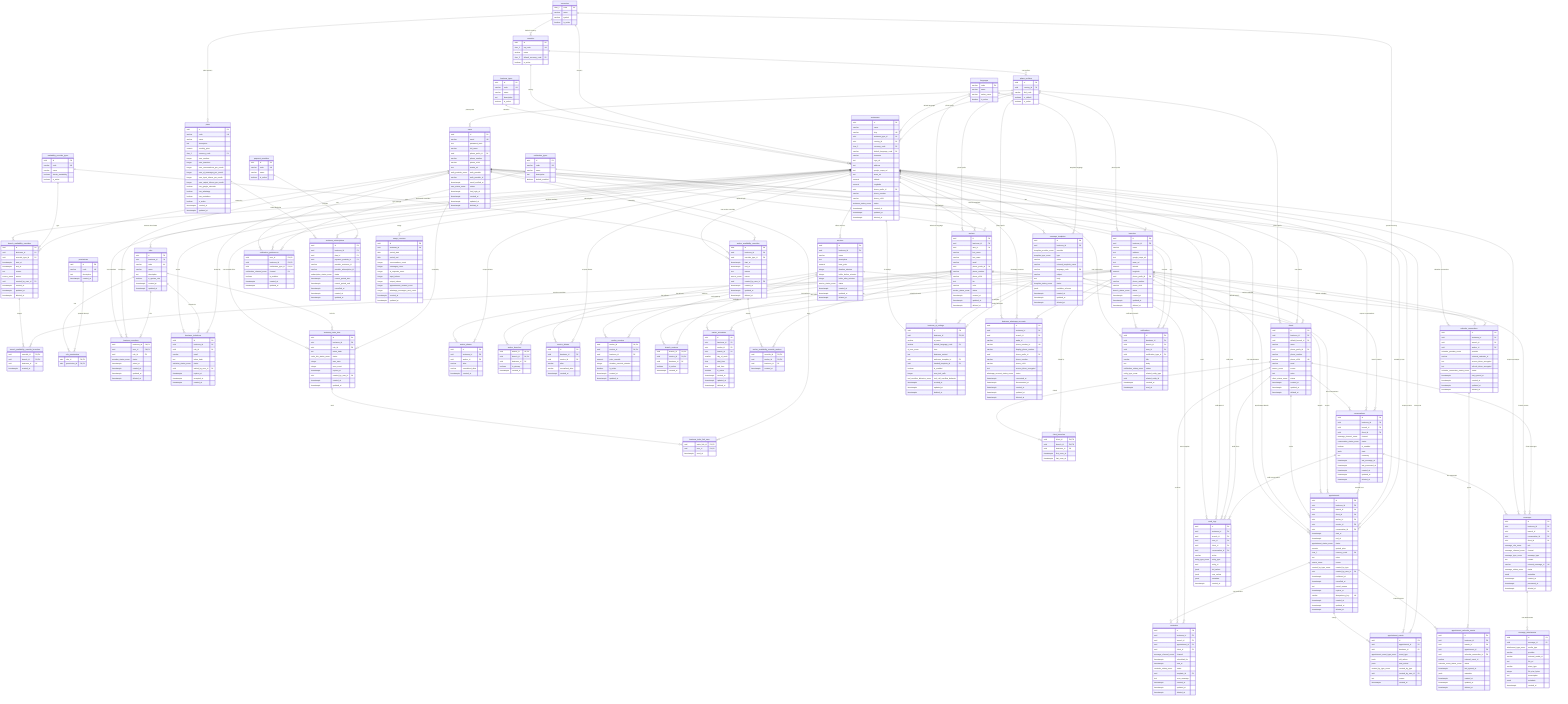
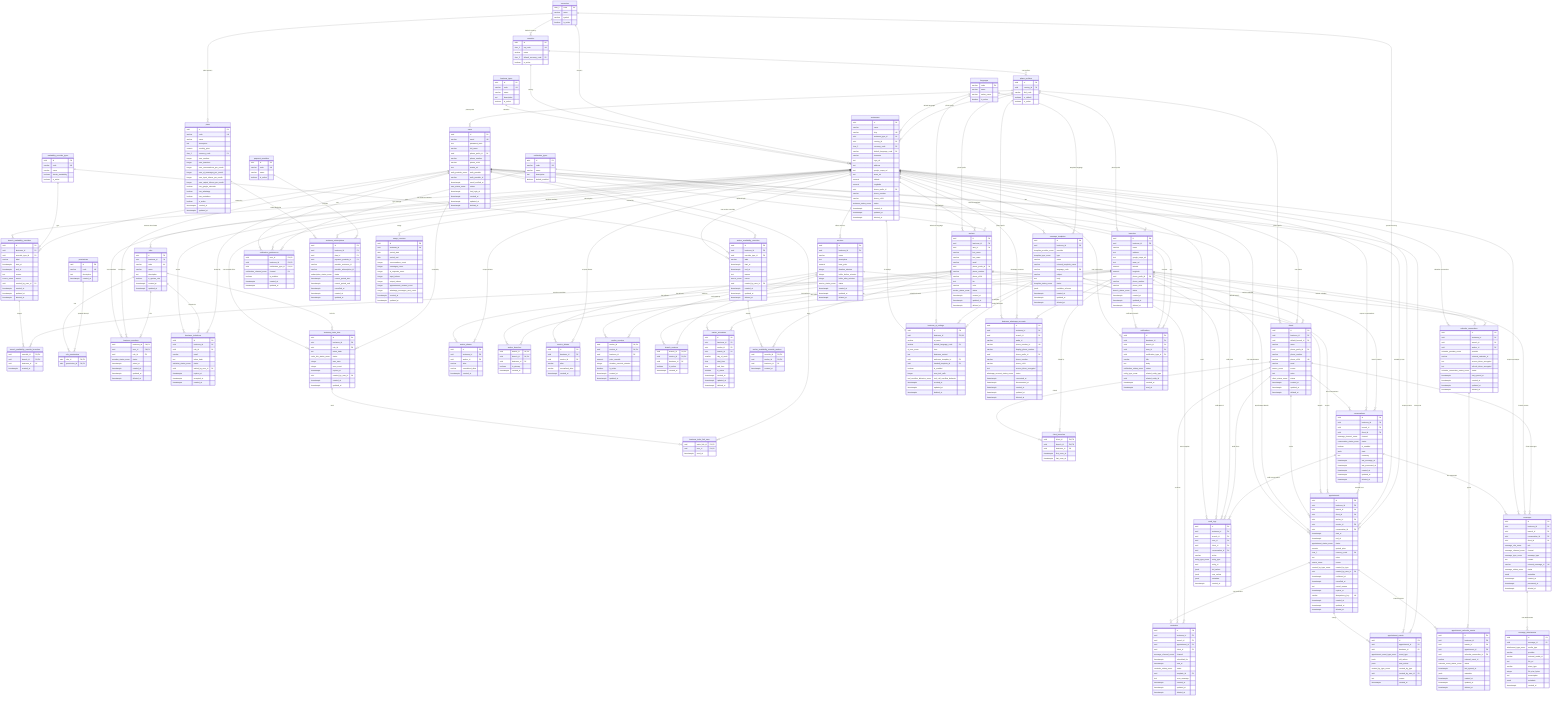
erDiagram
    %% =====================================================
    %% KLYRO DATABASE DER
    %% React + NestJS + PostgreSQL
    %% =====================================================
    %% Main design rule:
    %% AI interprets, backend validates, database protects.
    %% =====================================================

    currencies {
        char_3 code PK
        varchar name
        varchar symbol
        boolean is_active
    }

    countries {
        uuid id PK
        char_2 iso_code UK
        varchar name
        char_3 default_currency_code FK
        boolean is_active
    }

    phone_prefixes {
        uuid id PK
        uuid country_id FK
        varchar dial_code
        boolean is_default
        boolean is_active
    }

    languages {
        varchar code PK
        varchar name
        varchar native_name
        boolean is_active
    }

    business_types {
        uuid id PK
        varchar code UK
        varchar name
        text description
        boolean is_active
    }

    payment_providers {
        uuid id PK
        varchar code UK
        varchar name
        boolean is_active
    }

    availability_override_types {
        uuid id PK
        varchar code UK
        varchar name
        boolean blocks_availability
        boolean is_active
    }

    notification_types {
        uuid id PK
        varchar code UK
        varchar name
        text description
        boolean default_enabled
    }

    users {
        uuid id PK
        varchar email UK
        text password_hash
        varchar full_name
        uuid phone_prefix_id FK
        varchar phone_number
        varchar phone_e164
        text avatar_url
        auth_provider_enum auth_provider
        varchar auth_provider_id
        timestamptz email_verified_at
        user_status_enum status
        timestamptz last_login_at
        timestamptz created_at
        timestamptz updated_at
        timestamptz deleted_at
    }

    businesses {
        uuid id PK
        varchar name
        varchar slug UK
        uuid business_type_id FK
        uuid country_id FK
        char_3 currency_code FK
        varchar default_language_code FK
        varchar timezone
        text logo_url
        text address
        text google_maps_url
        text waze_url
        numeric latitude
        numeric longitude
        uuid phone_prefix_id FK
        varchar phone_number
        varchar phone_e164
        business_status_enum status
        timestamptz created_at
        timestamptz updated_at
        timestamptz deleted_at
    }

    branches {
        uuid id PK
        uuid business_id FK
        varchar name
        text address
        text google_maps_url
        text waze_url
        numeric latitude
        numeric longitude
        uuid phone_prefix_id FK
        varchar phone_number
        varchar phone_e164
        branch_status_enum status
        timestamptz created_at
        timestamptz updated_at
        timestamptz deleted_at
    }

    branch_availability_overrides {
        uuid id PK
        uuid business_id FK
        uuid override_type_id FK
+         varchar label
        timestamptz start_at
        timestamptz end_at
        text reason
        source_enum source
        uuid created_by_user_id FK
        timestamptz created_at
        timestamptz updated_at
        timestamptz deleted_at
    }

    branch_availability_override_branches {
        uuid override_id PK,FK
        uuid branch_id PK,FK
        uuid business_id FK
        timestamptz created_at
    }

    roles {
        uuid id PK
        uuid business_id FK
        varchar code UK
        varchar name
        text description
        boolean is_system_role
        timestamptz created_at
        timestamptz updated_at
    }

    permissions {
        uuid id PK
        varchar code UK
        text description
        timestamptz created_at
    }

    role_permissions {
        uuid role_id PK,FK
        uuid permission_id PK,FK
    }

    business_members {
        uuid business_id PK,FK
        uuid user_id PK,FK
        uuid role_id FK
        member_status_enum status
        timestamptz joined_at
        timestamptz created_at
        timestamptz updated_at
        timestamptz deleted_at
    }

    business_invitations {
        uuid id PK
        uuid business_id FK
        uuid role_id FK
        varchar email
        text token_hash
        invitation_status_enum status
        uuid invited_by_user_id FK
        timestamptz expires_at
        timestamptz accepted_at
        timestamptz created_at
    }

    business_invite_links {
        uuid id PK
        uuid business_id FK
        uuid role_id FK
        text token_hash
        invite_link_status_enum status
        integer max_uses
        integer uses_count
        timestamptz expires_at
        uuid created_by_user_id FK
        timestamptz created_at
        timestamptz updated_at
    }

    business_invite_link_uses {
        uuid invite_link_id PK,FK
        uuid user_id PK,FK
        timestamptz used_at
    }

    workers {
        uuid id PK
        uuid business_id FK
        uuid user_id FK
        varchar first_name
        varchar last_name
        varchar email
        uuid phone_prefix_id FK
        varchar phone_number
        varchar phone_e164
        text bio
        varchar color
        worker_status_enum status
        timestamptz created_at
        timestamptz updated_at
        timestamptz deleted_at
    }

    worker_aliases {
        uuid id PK
        uuid business_id FK
        uuid worker_id FK
        varchar alias
        varchar normalized_alias
        timestamptz created_at
    }

    worker_branches {
        uuid worker_id PK,FK
        uuid branch_id PK,FK
        uuid business_id FK
        boolean is_primary
        timestamptz created_at
    }

    services {
        uuid id PK
        uuid business_id FK
        varchar name
        text description
        numeric base_price
        integer duration_minutes
        integer buffer_before_minutes
        integer buffer_after_minutes
        service_status_enum status
        timestamptz created_at
        timestamptz updated_at
        timestamptz deleted_at
    }

    service_aliases {
        uuid id PK
        uuid business_id FK
        uuid service_id FK
        varchar alias
        varchar normalized_alias
        timestamptz created_at
    }

    worker_services {
        uuid worker_id PK,FK
        uuid service_id PK,FK
        uuid business_id FK
        numeric price_override
        integer duration_override_minutes
        boolean is_active
        timestamptz created_at
        timestamptz updated_at
    }

    branch_services {
        uuid branch_id PK,FK
        uuid service_id PK,FK
        uuid business_id FK
        boolean is_active
        timestamptz created_at
    }

    worker_schedules {
        uuid id PK
        uuid business_id FK
        uuid worker_id FK
        uuid branch_id FK
        smallint day_of_week
        time start_time
        time end_time
        boolean is_active
        timestamptz created_at
        timestamptz updated_at
        timestamptz deleted_at
    }

    worker_availability_overrides {
        uuid id PK
        uuid business_id FK
        uuid override_type_id FK
+         varchar label
        timestamptz start_at
        timestamptz end_at
        text reason
        source_enum source
        uuid created_by_user_id FK
        timestamptz created_at
        timestamptz updated_at
        timestamptz deleted_at
    }

    worker_availability_override_workers {
        uuid override_id PK,FK
        uuid worker_id PK,FK
        uuid business_id FK
        timestamptz created_at
    }

    clients {
        uuid id PK
        uuid business_id FK
        uuid default_branch_id FK
        varchar name
        uuid phone_prefix_id FK
        varchar phone_number
        varchar phone_e164 UK
        varchar email
        source_enum source
        text notes
        client_status_enum status
        timestamptz created_at
        timestamptz updated_at
        timestamptz deleted_at
    }

    client_branches {
        uuid client_id PK,FK
        uuid branch_id PK,FK
        uuid business_id FK
        timestamptz first_seen_at
        timestamptz last_seen_at
    }

    conversations {
        uuid id PK
        uuid business_id FK
        uuid branch_id FK
        uuid client_id FK
        message_channel_enum channel
        conversation_status_enum status
        boolean ai_enabled
        jsonb state
        text summary
        timestamptz last_message_at
        timestamptz last_processed_at
        timestamptz created_at
        timestamptz updated_at
        timestamptz deleted_at
    }

    messages {
        uuid id PK
        uuid business_id FK
        uuid branch_id FK
        uuid conversation_id FK
        uuid client_id FK
        message_role_enum role
        message_channel_enum channel
        message_type_enum message_type
        text content
        varchar external_message_id UK
        message_status_enum status
        jsonb metadata
        timestamptz created_at
        timestamptz processed_at
        timestamptz deleted_at
    }

    message_attachments {
        uuid id PK
        uuid message_id FK
        attachment_type_enum media_type
        varchar provider
        varchar external_media_id
        text file_url
        varchar mime_type
        integer file_size_bytes
        text transcription
        jsonb metadata
        timestamptz created_at
    }

    appointments {
        uuid id PK
        uuid business_id FK
        uuid branch_id FK
        uuid client_id FK
        uuid worker_id FK
        uuid service_id FK
        uuid conversation_id FK
        timestamptz start_at
        timestamptz end_at
        appointment_status_enum status
        numeric quoted_price
        char_3 currency_code FK
        text notes
        source_enum source
        created_by_type_enum created_by_type
        uuid created_by_user_id FK
        timestamptz confirmed_at
        timestamptz cancelled_at
        text cancel_reason
        timestamptz expires_at
        varchar idempotency_key UK
        timestamptz created_at
        timestamptz updated_at
        timestamptz deleted_at
    }

    appointment_events {
        uuid id PK
        uuid appointment_id FK
        uuid business_id FK
        appointment_event_type_enum event_type
        jsonb old_values
        jsonb new_values
        created_by_type_enum created_by_type
        uuid created_by_user_id FK
        text reason
        timestamptz created_at
    }

    message_templates {
        uuid id PK
        uuid business_id FK
        template_provider_enum provider
        template_type_enum type
        varchar name
        varchar external_template_name
        varchar language_code FK
        varchar subject
        text body
        template_status_enum status
        jsonb variables_schema
        timestamptz created_at
        timestamptz updated_at
        timestamptz deleted_at
    }

    business_ai_settings {
        uuid id PK
        uuid business_id FK,UK
        varchar ai_name
        varchar default_language_code FK
        ai_tone_enum tone
        text business_context
        uuid welcome_template_id FK
        uuid handoff_template_id FK
        boolean is_enabled
        integer max_tool_calls
        tool_overflow_behavior_enum tool_call_overflow_behavior
        timestamptz created_at
        timestamptz updated_at
        timestamptz deleted_at
    }

    business_whatsapp_accounts {
        uuid id PK
        uuid business_id FK
        uuid branch_id FK
        varchar waba_id
        varchar phone_number_id UK
        varchar display_phone_number
        uuid phone_prefix_id FK
        varchar phone_number
        varchar phone_e164
        text access_token_encrypted
        whatsapp_account_status_enum status
        timestamptz connected_at
        timestamptz disconnected_at
        timestamptz created_at
        timestamptz updated_at
        timestamptz deleted_at
    }

    calendar_connections {
        uuid id PK
        uuid business_id FK
        uuid branch_id FK
        uuid worker_id FK
        calendar_provider_enum provider
        varchar external_calendar_id
        text access_token_encrypted
        text refresh_token_encrypted
        calendar_connection_status_enum status
        timestamptz last_synced_at
        timestamptz created_at
        timestamptz updated_at
        timestamptz deleted_at
    }

    appointment_calendar_events {
        uuid id PK
        uuid business_id FK
        uuid branch_id FK
        uuid appointment_id FK
        uuid calendar_connection_id FK
        varchar external_event_id
        calendar_event_status_enum status
        timestamptz last_synced_at
        jsonb metadata
        timestamptz created_at
        timestamptz updated_at
        timestamptz deleted_at
    }

    reminders {
        uuid id PK
        uuid business_id FK
        uuid branch_id FK
        uuid appointment_id FK
        uuid client_id FK
        message_channel_enum channel
        timestamptz scheduled_for
        timestamptz sent_at
        reminder_status_enum status
        uuid template_id FK
        text error_message
        timestamptz created_at
        timestamptz updated_at
        timestamptz deleted_at
    }

    notifications {
        uuid id PK
        uuid business_id FK
        uuid branch_id FK
        uuid user_id FK
        uuid notification_type_id FK
        varchar title
        text body
        notification_status_enum status
        entity_type_enum related_entity_type
        uuid related_entity_id
        timestamptz created_at
        timestamptz read_at
    }

    notification_preferences {
        uuid user_id PK,FK
        uuid business_id PK,FK
        uuid notification_type_id PK,FK
        notification_channel_enum channel PK
        boolean is_enabled
        timestamptz created_at
        timestamptz updated_at
    }

    plans {
        uuid id PK
        varchar code UK
        varchar name
        text description
        numeric monthly_price
        char_3 currency_code FK
        integer max_workers
        integer max_branches
        integer max_conversations_per_month
        integer max_ai_messages_per_month
        integer max_input_tokens_per_month
        integer max_output_tokens_per_month
        boolean has_google_calendar
        boolean has_whatsapp
        boolean has_reminders
        boolean is_active
        timestamptz created_at
        timestamptz updated_at
    }

    business_subscriptions {
        uuid id PK
        uuid business_id FK
        uuid plan_id FK
        uuid payment_provider_id FK
        varchar provider_customer_id
        varchar provider_subscription_id
        subscription_status_enum status
        timestamptz current_period_start
        timestamptz current_period_end
        timestamptz cancelled_at
        timestamptz created_at
        timestamptz updated_at
    }

    usage_counters {
        uuid id PK
        uuid business_id FK
        date period_start
        date period_end
        integer conversations_count
        integer messages_count
        integer ai_requests_count
        integer input_tokens
        integer output_tokens
        integer appointments_created_count
        integer whatsapp_messages_sent_count
        timestamptz created_at
        timestamptz updated_at
    }

    audit_logs {
        uuid id PK
        uuid business_id FK
        uuid branch_id FK
        uuid user_id FK
        uuid client_id FK
        uuid conversation_id FK
        varchar action
        entity_type_enum entity_type
        uuid entity_id
        jsonb old_values
        jsonb new_values
        jsonb metadata
        timestamptz created_at
    }

    %% =====================================================
    %% TYPE/CATALOG RELATIONSHIPS
    %% =====================================================

    currencies ||--o{ countries : "default currency"
    countries ||--o{ phone_prefixes : "has prefixes"
    business_types ||--o{ businesses : "classifies"
    countries ||--o{ businesses : "country"
    currencies ||--o{ businesses : "currency"
    languages ||--o{ businesses : "default language"
    phone_prefixes ||--o{ users : "phone prefix"
    phone_prefixes ||--o{ businesses : "phone prefix"
    phone_prefixes ||--o{ branches : "phone prefix"
    phone_prefixes ||--o{ workers : "phone prefix"
    phone_prefixes ||--o{ clients : "phone prefix"
    phone_prefixes ||--o{ business_whatsapp_accounts : "phone prefix"

    %% =====================================================
    %% BUSINESS / BRANCH / SECURITY
    %% =====================================================

    businesses ||--o{ branches : "has"
    businesses ||--o{ branch_availability_overrides : "has branch overrides"
    branch_availability_overrides ||--o{ branch_availability_override_branches : "targets"
    branches ||--o{ branch_availability_override_branches : "receives overrides"
    availability_override_types ||--o{ branch_availability_overrides : "type"
    users ||--o{ branch_availability_overrides : "created by"
    businesses ||--o{ roles : "custom roles future"
    roles ||--o{ role_permissions : "has"
    permissions ||--o{ role_permissions : "granted through"
    businesses ||--o{ business_members : "has members"
    users ||--o{ business_members : "belongs to"
    roles ||--o{ business_members : "role"
    businesses ||--o{ business_invitations : "invites"
    roles ||--o{ business_invitations : "invited role"
    users ||--o{ business_invitations : "invited by"
    businesses ||--o{ business_invite_links : "has reusable links"
    roles ||--o{ business_invite_links : "link role"
    users ||--o{ business_invite_links : "created by"
    business_invite_links ||--o{ business_invite_link_uses : "used"
    users ||--o{ business_invite_link_uses : "uses"

    %% =====================================================
    %% WORKERS / SERVICES / AVAILABILITY
    %% =====================================================

    businesses ||--o{ workers : "has workers"
    users ||--o{ workers : "optional login"
    workers ||--o{ worker_aliases : "has aliases"
    businesses ||--o{ worker_aliases : "scopes aliases"
    workers ||--o{ worker_branches : "works at"
    branches ||--o{ worker_branches : "has workers"
    businesses ||--o{ services : "offers services"
    services ||--o{ service_aliases : "has aliases"
    businesses ||--o{ service_aliases : "scopes aliases"
    workers ||--o{ worker_services : "can perform"
    services ||--o{ worker_services : "performed by"
    branches ||--o{ branch_services : "offers"
    services ||--o{ branch_services : "available at"
    workers ||--o{ worker_schedules : "has schedule blocks"
    branches ||--o{ worker_schedules : "schedule branch"
    businesses ||--o{ worker_availability_overrides : "has worker overrides"
    worker_availability_overrides ||--o{ worker_availability_override_workers : "targets"
    workers ||--o{ worker_availability_override_workers : "receives overrides"
    availability_override_types ||--o{ worker_availability_overrides : "type"
    users ||--o{ worker_availability_overrides : "created by"

    %% =====================================================
    %% CLIENTS / CONVERSATIONS / MESSAGES
    %% =====================================================

    businesses ||--o{ clients : "has clients"
    branches ||--o{ clients : "default branch"
    clients ||--o{ client_branches : "visited"
    branches ||--o{ client_branches : "visited by"
    clients ||--o{ conversations : "has conversations"
    businesses ||--o{ conversations : "scopes conversations"
    branches ||--o{ conversations : "branch context"
    conversations ||--o{ messages : "has messages"
    businesses ||--o{ messages : "scopes messages"
    branches ||--o{ messages : "branch context"
    clients ||--o{ messages : "client messages"
    messages ||--o{ message_attachments : "has attachments"

    %% =====================================================
    %% APPOINTMENTS / EVENTS / TEMPLATES / AI
    %% =====================================================

    businesses ||--o{ appointments : "has appointments"
    branches ||--o{ appointments : "appointment branch"
    clients ||--o{ appointments : "books"
    workers ||--o{ appointments : "attends"
    services ||--o{ appointments : "service"
    conversations ||--o{ appointments : "created from"
    currencies ||--o{ appointments : "quoted currency"
    users ||--o{ appointments : "created by user"
    appointments ||--o{ appointment_events : "history"
    businesses ||--o{ appointment_events : "scopes events"
    users ||--o{ appointment_events : "event user"
    businesses ||--o{ message_templates : "custom templates"
    languages ||--o{ message_templates : "template language"
    businesses ||--|| business_ai_settings : "ai settings"
    languages ||--o{ business_ai_settings : "default ai language"
    message_templates ||--o{ business_ai_settings : "welcome template"
    message_templates ||--o{ business_ai_settings : "handoff template"

    %% =====================================================
    %% INTEGRATIONS / REMINDERS / NOTIFICATIONS / BILLING
    %% =====================================================

    businesses ||--o{ business_whatsapp_accounts : "whatsapp accounts"
    branches ||--o{ business_whatsapp_accounts : "branch number"
    businesses ||--o{ calendar_connections : "calendar connections"
    branches ||--o{ calendar_connections : "branch calendar"
    workers ||--o{ calendar_connections : "worker calendar"
    appointments ||--o{ appointment_calendar_events : "external events"
    calendar_connections ||--o{ appointment_calendar_events : "syncs"
    appointments ||--o{ reminders : "has reminders"
    clients ||--o{ reminders : "receives"
    message_templates ||--o{ reminders : "uses template"
    businesses ||--o{ notifications : "has notifications"
    branches ||--o{ notifications : "notification branch"
    users ||--o{ notifications : "receives"
    notification_types ||--o{ notifications : "type"
    users ||--o{ notification_preferences : "sets"
    businesses ||--o{ notification_preferences : "business settings"
    notification_types ||--o{ notification_preferences : "type settings"
    currencies ||--o{ plans : "plan currency"
    plans ||--o{ business_subscriptions : "subscribed plan"
    businesses ||--o{ business_subscriptions : "subscription"
    payment_providers ||--o{ business_subscriptions : "provider"
    businesses ||--o{ usage_counters : "usage"
    businesses ||--o{ audit_logs : "audit"
    branches ||--o{ audit_logs : "audit branch"
    users ||--o{ audit_logs : "audit user"
    clients ||--o{ audit_logs : "audit client"
    conversations ||--o{ audit_logs : "audit conversation"
